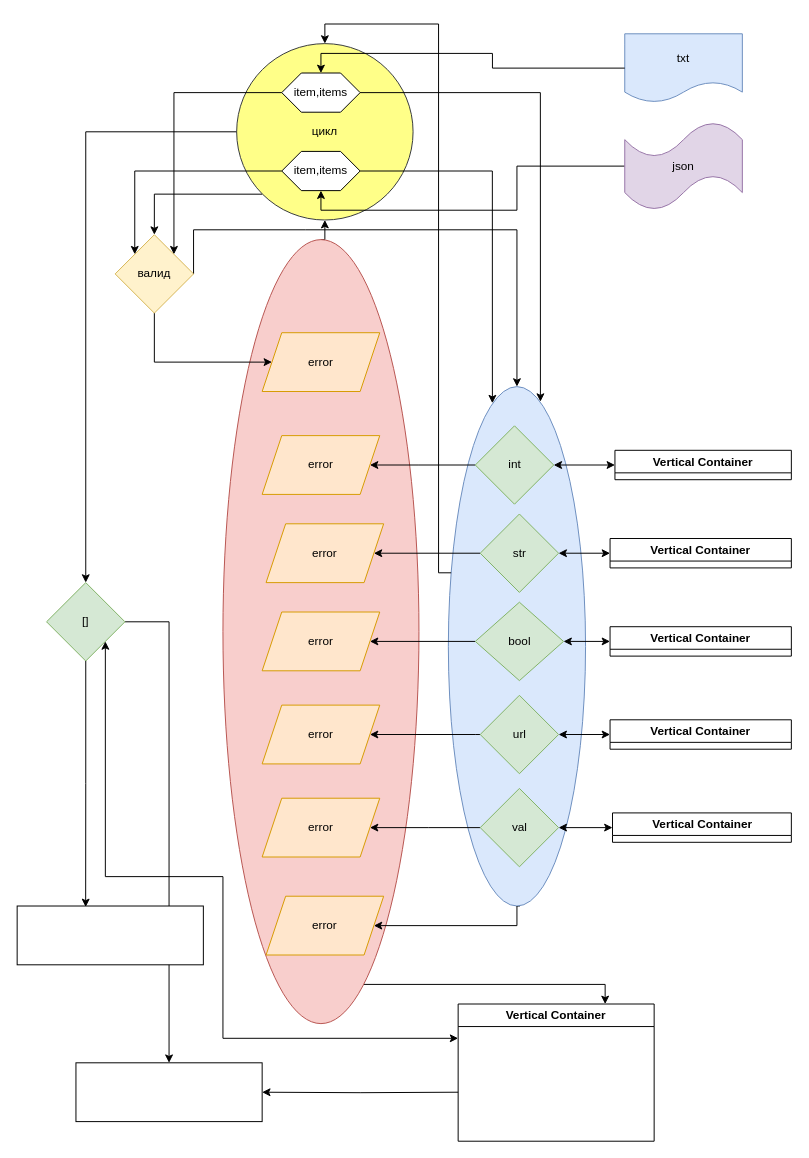
Earlier version of the draw.io diagram Practika15/practika15_2.drawio (KonstantinS007/PythonProject). Source tidied: cells renumbered, new cells numbered last; positions are measured from the earlier drawing's top-left corner, leaving out a move shared by most shapes. Both pictures are drawn from the tidied source at 98%, with x=0, y=0 at pixel (17, 24).
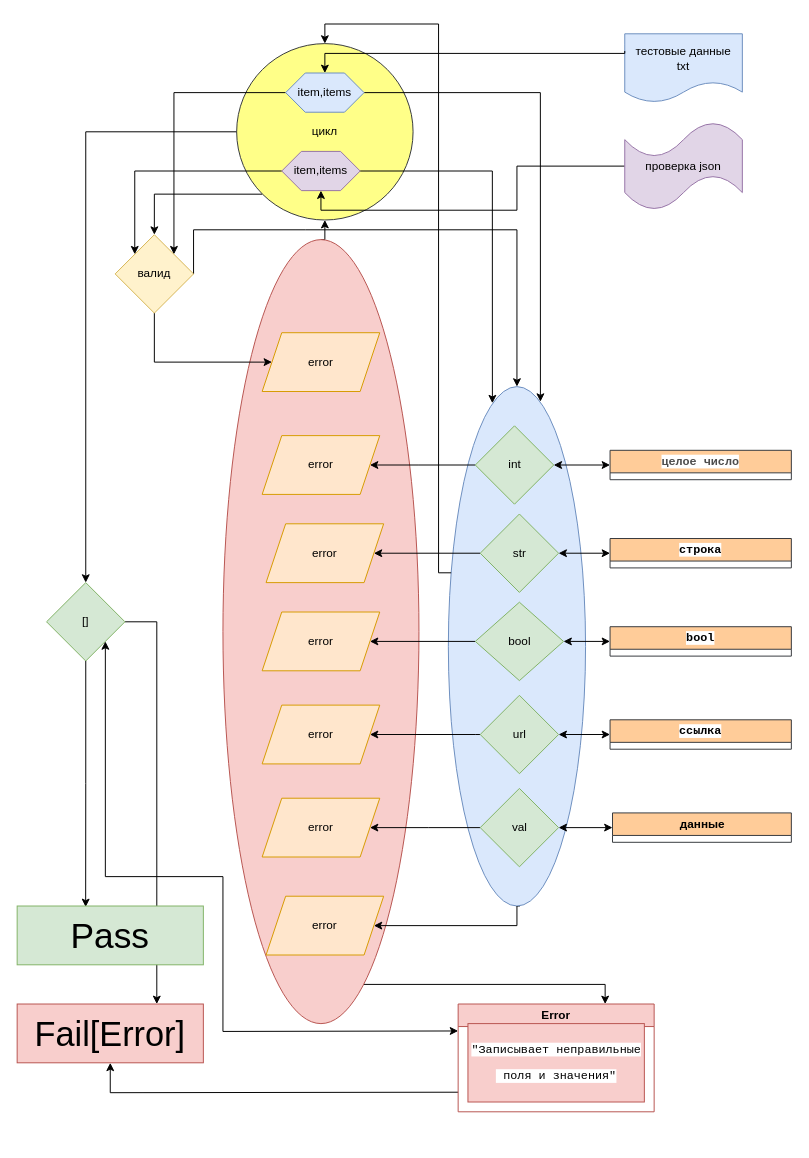
The same page after the edit.

Unchanged cells that the change refers to:
```xml
<mxCell id="29" value="[]" style="rhombus;whiteSpace=wrap;html=1;fillColor=#d5e8d4;strokeColor=#82b366;" parent="1" vertex="1">
  <mxGeometry x="30" y="570" width="80" height="80" as="geometry" />
</mxCell>
```

What changed in the source:
```diff
@@
-    <mxCell id="8" value="txt" style="shape=document;whiteSpace=wrap;html=1;boundedLbl=1;fillColor=#dae8fc;strokeColor=#6c8ebf;" parent="1" vertex="1">
+    <mxCell id="8" value="тестовые данные&lt;br&gt;txt" style="shape=document;whiteSpace=wrap;html=1;boundedLbl=1;fillColor=#dae8fc;strokeColor=#6c8ebf;" parent="1" vertex="1">
       <mxGeometry x="620" y="10" width="120" height="70" as="geometry" />
     </mxCell>
@@
-    <mxCell id="28" style="edgeStyle=orthogonalEdgeStyle;rounded=0;jettySize=auto;html=1;exitX=1;exitY=0.5;exitDx=0;exitDy=0;" parent="1" edge="1" source="29" target="31">
+    <mxCell id="28" style="edgeStyle=orthogonalEdgeStyle;rounded=0;jettySize=auto;html=1;exitX=1;exitY=0.5;exitDx=0;exitDy=0;entryX=0.75;entryY=0;entryDx=0;entryDy=0;" parent="1" edge="1" source="29" target="31">
       <mxGeometry relative="1" as="geometry" />
     </mxCell>
@@
-    <mxCell id="30" style="rounded=0;whiteSpace=wrap;html=1;" parent="1" vertex="1">
+    <mxCell id="30" value="&lt;font style=&quot;font-size: 36px;&quot;&gt;Pass&lt;/font&gt;" style="rounded=0;whiteSpace=wrap;html=1;fillColor=#d5e8d4;strokeColor=#82b366;" parent="1" vertex="1">
       <mxGeometry y="900" width="190" height="60" as="geometry" />
     </mxCell>
-    <mxCell id="31" style="rounded=0;whiteSpace=wrap;html=1;" parent="1" vertex="1">
-      <mxGeometry x="60" y="1060" width="190" height="60" as="geometry" />
+    <mxCell id="31" value="&lt;font style=&quot;font-size: 35px;&quot;&gt;Fail[Error]&lt;/font&gt;" style="rounded=0;whiteSpace=wrap;html=1;fillColor=#f8cecc;strokeColor=#b85450;" parent="1" vertex="1">
+      <mxGeometry y="1000" width="190" height="60" as="geometry" />
     </mxCell>
@@
-    <mxCell id="33" value="json" style="shape=tape;whiteSpace=wrap;html=1;fillColor=#e1d5e7;strokeColor=#9673a6;" parent="1" vertex="1">
+    <mxCell id="33" value="проверка json" style="shape=tape;whiteSpace=wrap;html=1;fillColor=#e1d5e7;strokeColor=#9673a6;" parent="1" vertex="1">
       <mxGeometry x="620" y="100" width="120" height="90" as="geometry" />
     </mxCell>
@@
-    <mxCell id="37" value="item,items" style="shape=hexagon;perimeter=hexagonPerimeter2;whiteSpace=wrap;html=1;fixedSize=1;" parent="1" vertex="1">
-      <mxGeometry x="270" y="50" width="80" height="40" as="geometry" />
+    <mxCell id="37" value="item,items" style="shape=hexagon;perimeter=hexagonPerimeter2;whiteSpace=wrap;html=1;fixedSize=1;fillColor=#dae8fc;strokeColor=#6c8ebf;" parent="1" vertex="1">
+      <mxGeometry x="274" y="50" width="80" height="40" as="geometry" />
     </mxCell>
@@
-    <mxCell id="40" value="item,items" style="shape=hexagon;perimeter=hexagonPerimeter2;whiteSpace=wrap;html=1;fixedSize=1;" parent="1" vertex="1">
+    <mxCell id="40" value="item,items" style="shape=hexagon;perimeter=hexagonPerimeter2;whiteSpace=wrap;html=1;fixedSize=1;fillColor=#e1d5e7;strokeColor=#9673a6;" parent="1" vertex="1">
       <mxGeometry x="270" y="130" width="80" height="40" as="geometry" />
     </mxCell>
@@
-    <mxCell id="47" value="Vertical Container" style="swimlane;whiteSpace=wrap;html=1;" parent="1" vertex="1">
-      <mxGeometry x="450" y="1000" width="200" height="140" as="geometry" />
+    <mxCell id="47" value="Error" style="swimlane;whiteSpace=wrap;html=1;fillColor=#f8cecc;strokeColor=#b85450;" parent="1" vertex="1">
+      <mxGeometry x="450" y="1000" width="200" height="110" as="geometry" />
     </mxCell>
@@
-    <mxCell id="49" value="Vertical Container" style="swimlane;whiteSpace=wrap;html=1;" parent="1" vertex="1" collapsed="1">
+    <mxCell id="49" value="данные" style="swimlane;whiteSpace=wrap;html=1;fillColor=#ffcc99;strokeColor=#36393d;" parent="1" vertex="1" collapsed="1">
       <mxGeometry x="607.5" y="805" width="182.5" height="30" as="geometry" />
     </mxCell>
-    <mxCell id="50" value="Vertical Container" style="swimlane;whiteSpace=wrap;html=1;" parent="1" vertex="1" collapsed="1">
+    <mxCell id="50" value="&lt;div style=&quot;font-family: &amp;quot;JetBrains Mono&amp;quot;, monospace;&quot;&gt;&lt;pre style=&quot;&quot;&gt;&lt;span style=&quot;background-color: rgb(255, 255, 255);&quot;&gt;ссылка&lt;/span&gt;&lt;/pre&gt;&lt;/div&gt;" style="swimlane;whiteSpace=wrap;html=1;fillColor=#ffcc99;strokeColor=#36393d;startSize=23;" parent="1" vertex="1" collapsed="1">
       <mxGeometry x="605" y="710" width="185" height="30" as="geometry" />
     </mxCell>
-    <mxCell id="51" value="Vertical Container" style="swimlane;whiteSpace=wrap;html=1;" parent="1" vertex="1" collapsed="1">
+    <mxCell id="51" value="&lt;div style=&quot;font-family: &amp;quot;JetBrains Mono&amp;quot;, monospace;&quot;&gt;&lt;pre style=&quot;&quot;&gt;&lt;span style=&quot;background-color: rgb(255, 255, 255);&quot;&gt;bool&lt;/span&gt;&lt;/pre&gt;&lt;/div&gt;" style="swimlane;whiteSpace=wrap;html=1;fillColor=#ffcc99;strokeColor=#36393d;" parent="1" vertex="1" collapsed="1">
       <mxGeometry x="605" y="615" width="185" height="30" as="geometry" />
     </mxCell>
-    <mxCell id="52" value="Vertical Container" style="swimlane;whiteSpace=wrap;html=1;" parent="1" vertex="1" collapsed="1">
+    <mxCell id="52" value="&lt;div style=&quot;font-family: &amp;quot;JetBrains Mono&amp;quot;, monospace;&quot;&gt;&lt;pre style=&quot;&quot;&gt;&lt;span style=&quot;background-color: rgb(255, 255, 255);&quot;&gt;строка&lt;/span&gt;&lt;/pre&gt;&lt;/div&gt;" style="swimlane;whiteSpace=wrap;html=1;fillColor=#ffcc99;strokeColor=#36393d;" parent="1" vertex="1" collapsed="1">
       <mxGeometry x="605" y="525" width="185" height="30" as="geometry" />
     </mxCell>
-    <mxCell id="53" value="Vertical Container" style="swimlane;whiteSpace=wrap;html=1;" parent="1" vertex="1" collapsed="1">
-      <mxGeometry x="610" y="435" width="180" height="30" as="geometry" />
+    <mxCell id="53" value="&lt;div style=&quot;font-family: &amp;quot;JetBrains Mono&amp;quot;, monospace;&quot;&gt;&lt;pre style=&quot;&quot;&gt;&lt;font style=&quot;background-color: rgb(255, 255, 255);&quot; color=&quot;#4d4d4d&quot;&gt;целое число&lt;/font&gt;&lt;/pre&gt;&lt;/div&gt;" style="swimlane;whiteSpace=wrap;html=1;fillColor=#ffcc99;strokeColor=#36393d;" parent="1" vertex="1" collapsed="1">
+      <mxGeometry x="605" y="435" width="185" height="30" as="geometry" />
     </mxCell>
@@
-    <mxCell id="59" style="edgeStyle=orthogonalEdgeStyle;rounded=0;jettySize=auto;html=1;exitX=0;exitY=0.5;exitDx=0;exitDy=0;entryX=0.5;entryY=0;entryDx=0;entryDy=0;" parent="1" edge="1" source="8" target="37">
-      <mxGeometry relative="1" as="geometry" />
+    <mxCell id="59" style="edgeStyle=orthogonalEdgeStyle;rounded=0;jettySize=auto;html=1;entryX=0.5;entryY=0;entryDx=0;entryDy=0;exitX=0;exitY=0.25;exitDx=0;exitDy=0;" parent="1" edge="1" source="8" target="37">
+      <mxGeometry relative="1" as="geometry">
+        <Array as="points">
+          <mxPoint x="620" y="30" />
+          <mxPoint x="314" y="30" />
+        </Array>
+      </mxGeometry>
     </mxCell>
     <mxCell id="60" style="endArrow=classic;startArrow=classic;html=1;rounded=0;exitX=1;exitY=1;exitDx=0;exitDy=0;entryX=0;entryY=0.25;entryDx=0;entryDy=0;" parent="1" edge="1" source="29" target="47">
       <mxGeometry relative="1" as="geometry">
         <Array as="points">
           <mxPoint x="90" y="870" />
           <mxPoint x="210" y="870" />
-          <mxPoint x="210" y="1035" />
+          <mxPoint x="210" y="1028" />
         </Array>
       </mxGeometry>
     </mxCell>
+    <mxCell id="61" value="&lt;div style=&quot;font-family: &amp;quot;JetBrains Mono&amp;quot;, monospace;&quot;&gt;&lt;pre style=&quot;&quot;&gt;&lt;span style=&quot;background-color: rgb(255, 255, 255);&quot;&gt;&quot;Записывает неправильные&lt;/span&gt;&lt;/pre&gt;&lt;pre style=&quot;&quot;&gt;&lt;span style=&quot;background-color: rgb(255, 255, 255);&quot;&gt; поля и значения&quot;&lt;/span&gt;&lt;/pre&gt;&lt;/div&gt;" style="text;html=1;align=center;verticalAlign=middle;strokeColor=#b85450;fillColor=#f8cecc;" parent="1" vertex="1">
+      <mxGeometry x="460" y="1020" width="180" height="80" as="geometry" />
+    </mxCell>
```
